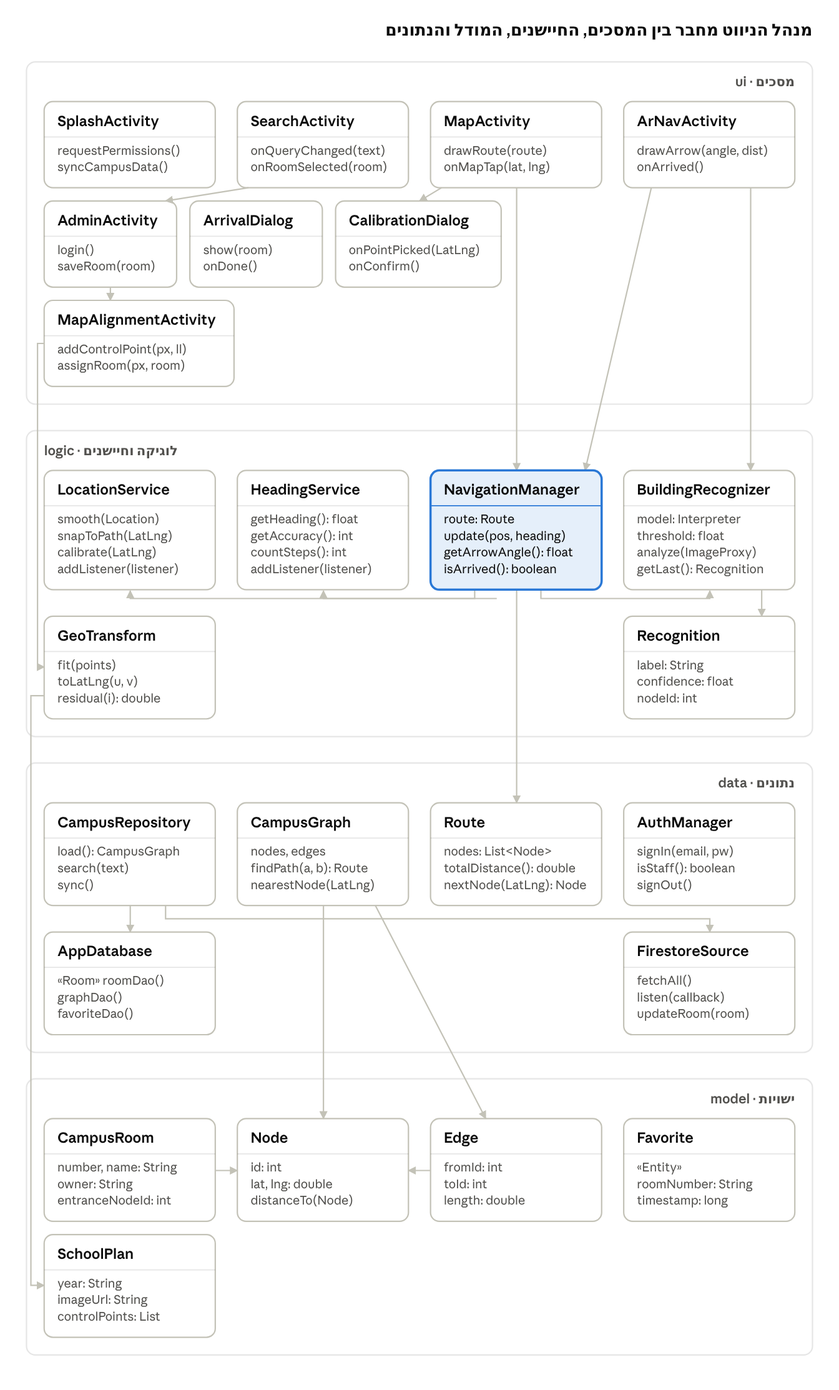
The Mermaid diagram wiki/images/class-diagram.png in Aloney-Yitzchak/aloney-navigation, before a commit. Its source is kept beside it as docs/diagrams/class-diagram.mmd.
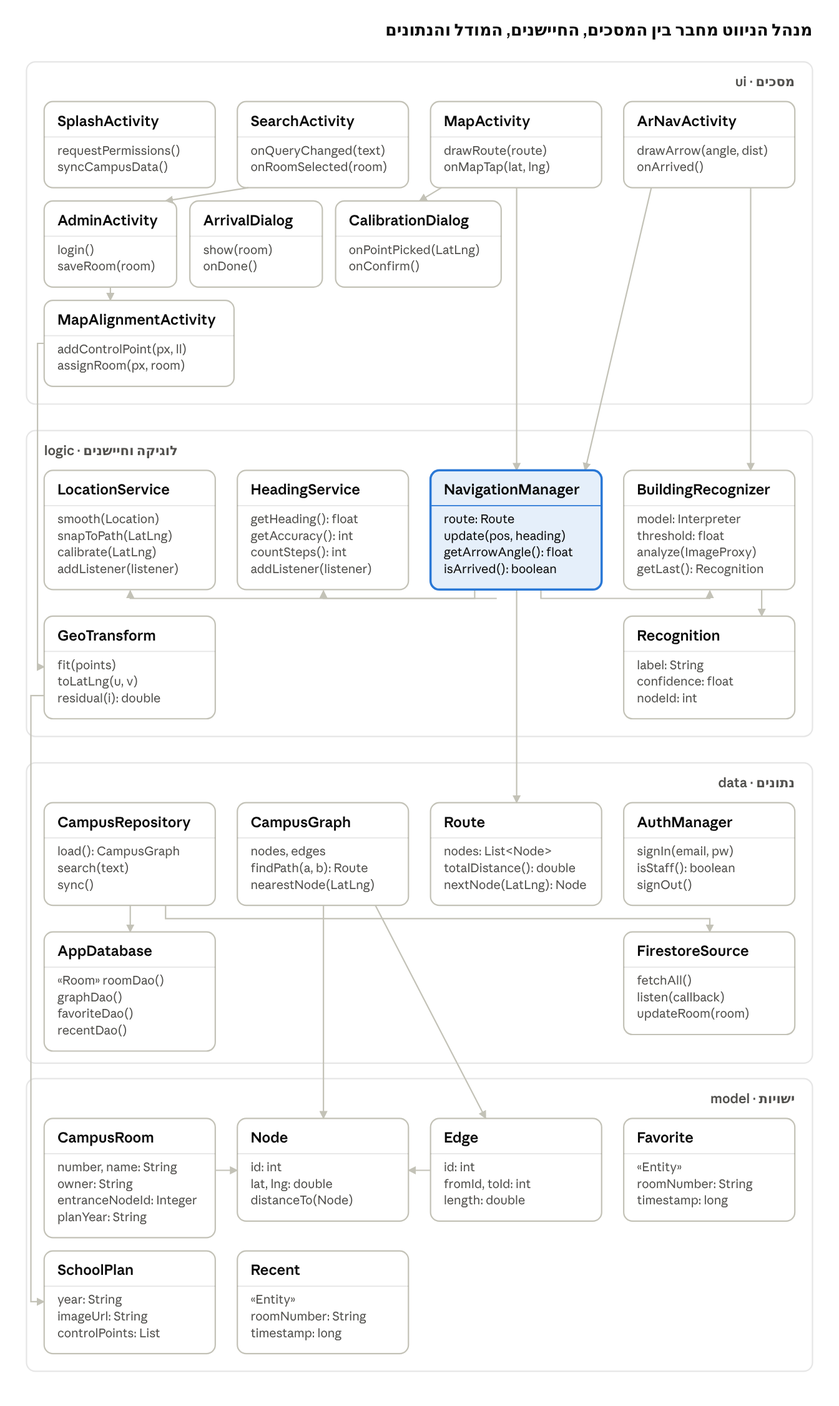
The same diagram one commit later.

Change to the diagram source:
```diff
@@ -123,6 +123,7 @@
     +roomDao() RoomDao
     +graphDao() GraphDao
     +favoriteDao() FavoriteDao
+    +recentDao() RecentDao
   }
   class FirestoreSource {
     +fetchAll()
@@ -133,23 +134,33 @@
 
 namespace model {
   class CampusRoom {
+    <<Entity>>
     +String number
     +String name
     +String owner
-    +int entranceNodeId
+    +Integer entranceNodeId
+    +String planYear
   }
   class Node {
+    <<Entity>>
     +int id
     +double lat
     +double lng
     +distanceTo(Node other) double
   }
   class Edge {
+    <<Entity>>
+    +int id
     +int fromId
     +int toId
     +double length
   }
   class Favorite {
+    <<Entity>>
+    +String roomNumber
+    +long timestamp
+  }
+  class Recent {
     <<Entity>>
     +String roomNumber
     +long timestamp
@@ -194,3 +205,4 @@
 Edge --> Node : from, to
 CampusRoom --> Node : entrance
 AppDatabase ..> Favorite
+AppDatabase ..> Recent
```
